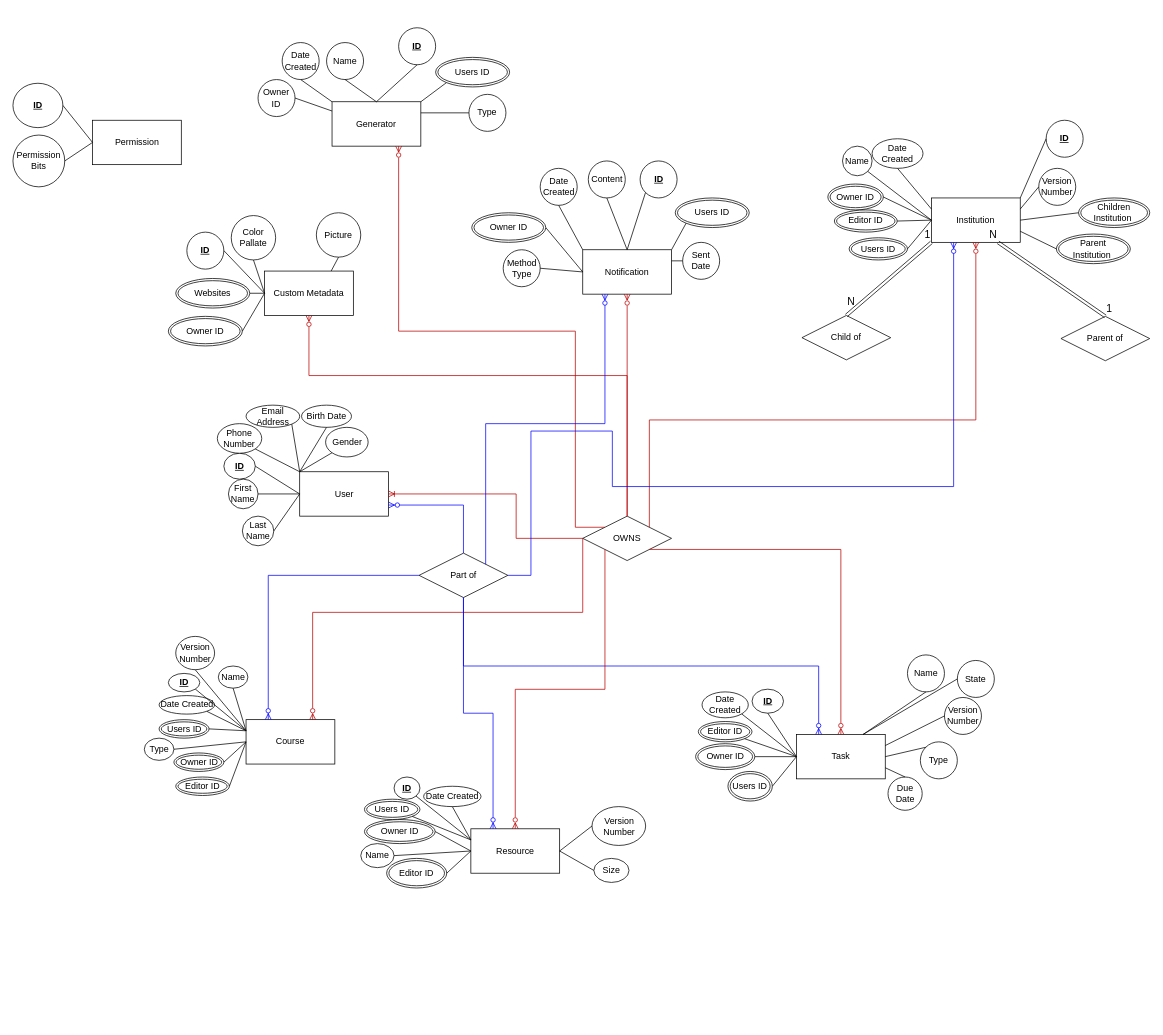
Earlier version of the draw.io diagram diagrams/db/DatabaseER.drawio (Apollo-LW/Apollo-LW). Source tidied: cells renumbered, new cells numbered last; positions are measured from the earlier drawing's top-left corner, leaving out a move shared by most shapes. Both pictures are drawn from the tidied source at 74%, with x=0, y=0 at pixel (13, 27).
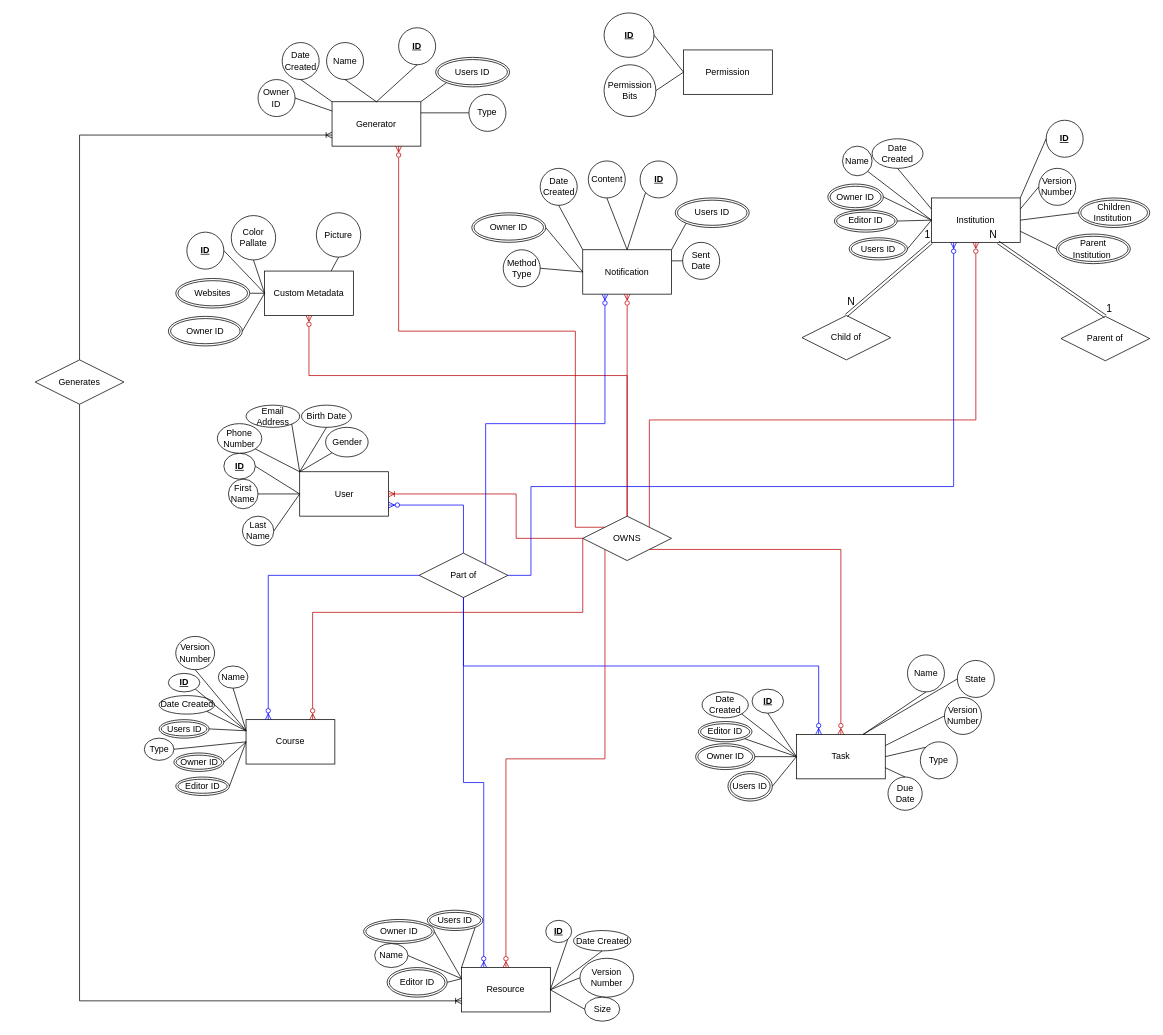
After the change.

Commit message:
Add generator and resource relationship

Unchanged cells that the change refers to:
```xml
<mxCell id="58" value="Part of" style="shape=rhombus;perimeter=rhombusPerimeter;whiteSpace=wrap;html=1;align=center;" parent="1" vertex="1">
  <mxGeometry x="548.8" y="710" width="120" height="60" as="geometry" />
</mxCell>
<mxCell id="83" value="Institution" style="rounded=0;whiteSpace=wrap;html=1;" parent="1" vertex="1">
  <mxGeometry x="1241.2" y="230" width="120" height="60" as="geometry" />
</mxCell>
<mxCell id="134" value="Generator" style="rounded=0;whiteSpace=wrap;html=1;" parent="1" vertex="1">
  <mxGeometry x="431.2" y="100" width="120" height="60" as="geometry" />
</mxCell>
```

Change to the diagram source:
```diff
@@
     <mxCell id="2" value="Permission" style="rounded=0;whiteSpace=wrap;html=1;" parent="1" vertex="1">
-      <mxGeometry x="107.5" y="125" width="120" height="60" as="geometry" />
+      <mxGeometry x="906.2" y="30" width="120" height="60" as="geometry" />
     </mxCell>
     <mxCell id="3" value="&lt;b&gt;&lt;u&gt;ID&lt;/u&gt;&lt;/b&gt;" style="ellipse;whiteSpace=wrap;html=1;" parent="1" vertex="1">
-      <mxGeometry y="75" width="67.5" height="60" as="geometry" />
+      <mxGeometry x="798.8" y="-20" width="67.5" height="60" as="geometry" />
     </mxCell>
     <mxCell id="4" value="Permission Bits" style="ellipse;whiteSpace=wrap;html=1;" parent="1" vertex="1">
-      <mxGeometry y="145" width="70" height="70" as="geometry" />
+      <mxGeometry x="798.8" y="50" width="70" height="70" as="geometry" />
     </mxCell>
@@
     <mxCell id="103" value="Resource" style="rounded=0;whiteSpace=wrap;html=1;" parent="1" vertex="1">
-      <mxGeometry x="618.8" y="1082.5" width="120" height="60" as="geometry" />
+      <mxGeometry x="606.2" y="1270" width="120" height="60" as="geometry" />
     </mxCell>
     <mxCell id="104" value="Name" style="ellipse;whiteSpace=wrap;html=1;" parent="1" vertex="1">
-      <mxGeometry x="470" y="1102.5" width="45" height="32.5" as="geometry" />
+      <mxGeometry x="488.8" y="1237.5" width="45" height="32.5" as="geometry" />
     </mxCell>
     <mxCell id="105" value="Date Created" style="ellipse;whiteSpace=wrap;html=1;" parent="1" vertex="1">
-      <mxGeometry x="555" y="1025" width="77.5" height="27.5" as="geometry" />
+      <mxGeometry x="757.5" y="1220" width="77.5" height="27.5" as="geometry" />
     </mxCell>
     <mxCell id="106" value="&lt;b&gt;&lt;u&gt;ID&lt;/u&gt;&lt;/b&gt;" style="ellipse;whiteSpace=wrap;html=1;" parent="1" vertex="1">
-      <mxGeometry x="515" y="1012.5" width="35" height="30" as="geometry" />
+      <mxGeometry x="720" y="1206.2" width="35" height="30" as="geometry" />
     </mxCell>
     <mxCell id="107" value="Version Number" style="ellipse;whiteSpace=wrap;html=1;" parent="1" vertex="1">
-      <mxGeometry x="782.5" y="1052.5" width="72.5" height="52.5" as="geometry" />
+      <mxGeometry x="766.2" y="1257.5" width="72.5" height="52.5" as="geometry" />
     </mxCell>
     <mxCell id="108" value="Size" style="ellipse;whiteSpace=wrap;html=1;" parent="1" vertex="1">
-      <mxGeometry x="785" y="1122.5" width="47.5" height="32.5" as="geometry" />
+      <mxGeometry x="772.5" y="1310" width="47.5" height="32.5" as="geometry" />
     </mxCell>
-    <mxCell id="109" style="endArrow=none;html=1;rounded=0;exitX=0.5;exitY=1;exitDx=0;exitDy=0;entryX=0;entryY=0.25;entryDx=0;entryDy=0;" parent="1" edge="1" source="105" target="103">
+    <mxCell id="109" style="endArrow=none;html=1;rounded=0;exitX=0.5;exitY=1;exitDx=0;exitDy=0;entryX=1;entryY=0.5;entryDx=0;entryDy=0;" parent="1" edge="1" source="105" target="103">
       <mxGeometry relative="1" as="geometry" />
     </mxCell>
-    <mxCell id="110" style="endArrow=none;html=1;rounded=0;exitX=1;exitY=0.5;exitDx=0;exitDy=0;entryX=0;entryY=0.5;entryDx=0;entryDy=0;" parent="1" edge="1" source="104" target="103">
+    <mxCell id="110" style="endArrow=none;html=1;rounded=0;exitX=1;exitY=0.5;exitDx=0;exitDy=0;entryX=0;entryY=0.25;entryDx=0;entryDy=0;" parent="1" edge="1" source="104" target="103">
       <mxGeometry relative="1" as="geometry" />
     </mxCell>
-    <mxCell id="111" style="endArrow=none;html=1;rounded=0;exitX=1;exitY=1;exitDx=0;exitDy=0;entryX=0;entryY=0.25;entryDx=0;entryDy=0;" parent="1" edge="1" source="106" target="103">
+    <mxCell id="111" style="endArrow=none;html=1;rounded=0;exitX=1;exitY=1;exitDx=0;exitDy=0;entryX=1;entryY=0.5;entryDx=0;entryDy=0;" parent="1" edge="1" source="106" target="103">
       <mxGeometry relative="1" as="geometry" />
     </mxCell>
@@
     <mxCell id="114" value="Owner ID" style="ellipse;shape=doubleEllipse;margin=3;whiteSpace=wrap;html=1;align=center;" parent="1" vertex="1">
-      <mxGeometry x="475" y="1070" width="95.6" height="32.5" as="geometry" />
+      <mxGeometry x="473.8" y="1205" width="95.6" height="32.5" as="geometry" />
     </mxCell>
-    <mxCell id="115" style="endArrow=none;html=1;rounded=0;exitX=1;exitY=0.5;exitDx=0;exitDy=0;entryX=0;entryY=0.5;entryDx=0;entryDy=0;" parent="1" edge="1" source="114" target="103">
+    <mxCell id="115" style="endArrow=none;html=1;rounded=0;exitX=1;exitY=0.5;exitDx=0;exitDy=0;entryX=0;entryY=0.25;entryDx=0;entryDy=0;" parent="1" edge="1" source="114" target="103">
       <mxGeometry relative="1" as="geometry" />
     </mxCell>
     <mxCell id="116" value="Editor ID" style="ellipse;shape=doubleEllipse;margin=3;whiteSpace=wrap;html=1;align=center;" parent="1" vertex="1">
-      <mxGeometry x="505" y="1122.5" width="81.2" height="40" as="geometry" />
+      <mxGeometry x="505.6" y="1270" width="81.2" height="40" as="geometry" />
     </mxCell>
-    <mxCell id="117" style="endArrow=none;html=1;rounded=0;exitX=1;exitY=0.5;exitDx=0;exitDy=0;entryX=0;entryY=0.5;entryDx=0;entryDy=0;" parent="1" edge="1" source="116" target="103">
+    <mxCell id="117" style="endArrow=none;html=1;rounded=0;exitX=1;exitY=0.5;exitDx=0;exitDy=0;entryX=0;entryY=0.25;entryDx=0;entryDy=0;" parent="1" edge="1" source="116" target="103">
       <mxGeometry relative="1" as="geometry" />
     </mxCell>
     <mxCell id="118" value="Users ID" style="ellipse;shape=doubleEllipse;margin=3;whiteSpace=wrap;html=1;align=center;" parent="1" vertex="1">
-      <mxGeometry x="475" y="1042.5" width="75" height="27.5" as="geometry" />
+      <mxGeometry x="560" y="1192.5" width="75" height="27.5" as="geometry" />
     </mxCell>
-    <mxCell id="119" style="endArrow=none;html=1;rounded=0;exitX=1;exitY=1;exitDx=0;exitDy=0;entryX=0;entryY=0.25;entryDx=0;entryDy=0;" parent="1" edge="1" source="118" target="103">
+    <mxCell id="119" style="endArrow=none;html=1;rounded=0;exitX=1;exitY=1;exitDx=0;exitDy=0;entryX=0;entryY=0;entryDx=0;entryDy=0;" parent="1" edge="1" source="118" target="103">
       <mxGeometry relative="1" as="geometry" />
     </mxCell>
@@
     <mxCell id="157" style="edgeStyle=orthogonalEdgeStyle;fontSize=12;html=1;endArrow=none;endFill=0;startArrow=ERzeroToMany;rounded=0;entryX=1;entryY=0.5;entryDx=0;entryDy=0;exitX=0.25;exitY=1;exitDx=0;exitDy=0;strokeColor=#0000FF;" parent="1" edge="1" source="83" target="58">
       <mxGeometry relative="1" as="geometry">
         <Array as="points">
           <mxPoint x="1271" y="620" />
-          <mxPoint x="810" y="620" />
-          <mxPoint x="810" y="545" />
-          <mxPoint x="700" y="545" />
+          <mxPoint x="700" y="620" />
           <mxPoint x="700" y="740" />
         </Array>
       </mxGeometry>
     </mxCell>
@@
+    <mxCell id="159" style="edgeStyle=elbowEdgeStyle;fontSize=12;html=1;endArrow=ERoneToMany;rounded=0;entryX=0;entryY=0.75;entryDx=0;entryDy=0;exitX=0.5;exitY=0;exitDx=0;exitDy=0;" parent="1" edge="1" source="161" target="134">
+      <mxGeometry relative="1" as="geometry">
+        <Array as="points">
+          <mxPoint x="90" y="300" />
+        </Array>
+      </mxGeometry>
+    </mxCell>
+    <mxCell id="160" style="edgeStyle=elbowEdgeStyle;fontSize=12;html=1;endArrow=ERoneToMany;rounded=0;exitX=0.5;exitY=1;exitDx=0;exitDy=0;entryX=0;entryY=0.75;entryDx=0;entryDy=0;" parent="1" edge="1" source="161" target="103">
+      <mxGeometry relative="1" as="geometry">
+        <Array as="points">
+          <mxPoint x="90" y="1000" />
+        </Array>
+      </mxGeometry>
+    </mxCell>
+    <mxCell id="161" value="Generates" style="shape=rhombus;perimeter=rhombusPerimeter;whiteSpace=wrap;html=1;align=center;" parent="1" vertex="1">
+      <mxGeometry x="30" y="448.8" width="120" height="60" as="geometry" />
+    </mxCell>
```
